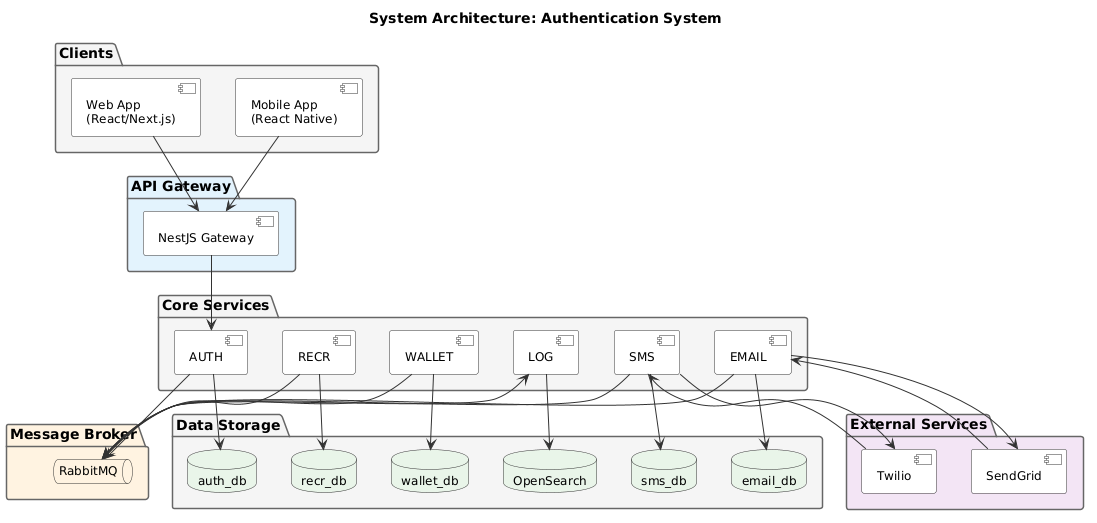
This is modules/dist/images/architecture/architecture-system.png from namnh240795/document, a PlantUML export, as it was before one commit.
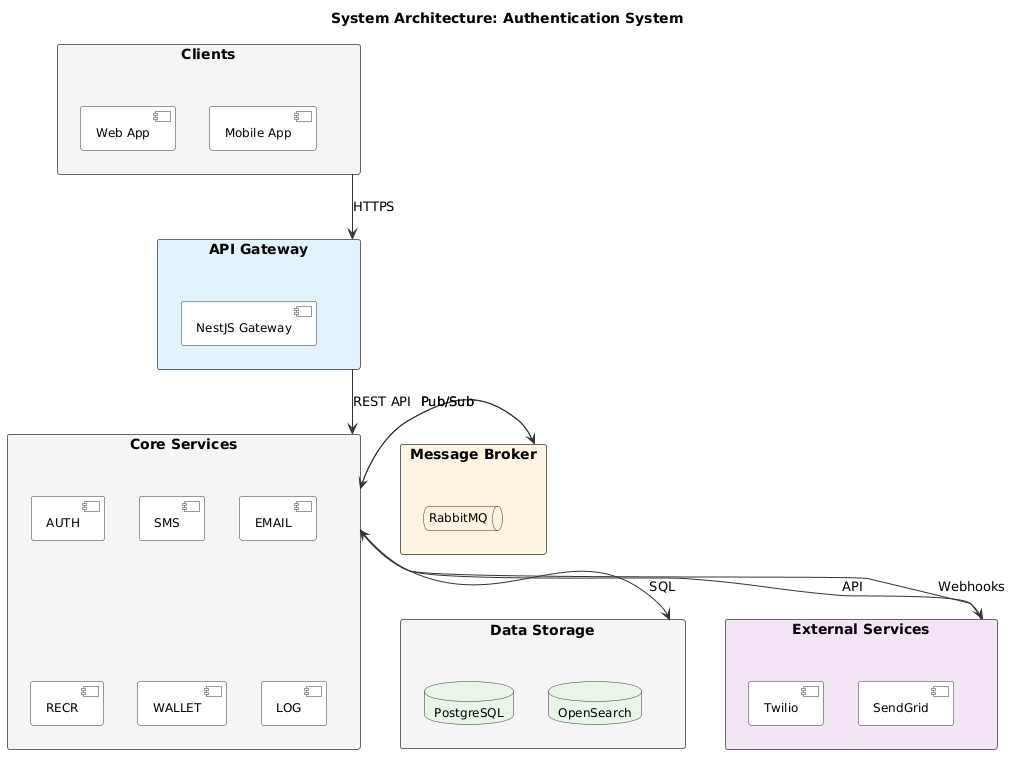
Later version of the same file.

What changed in the source:
```diff
@@ -1,4 +1,10 @@
 @startuml
+
+skinparam rectangle {
+  BackgroundColor #FFFFFF
+  BorderColor #666666
+  FontSize 14
+}
 
 skinparam component {
   BackgroundColor #FFFFFF
@@ -19,24 +25,18 @@
   FontSize 12
 }
 
-skinparam package {
-  BackgroundColor #FFFFFF
-  BorderColor #666666
-  FontSize 14
+title System Architecture: Authentication System
+
+rectangle "Clients" as clients #F5F5F5 {
+  component "Web App" as web
+  component "Mobile App" as mobile
 }
 
-title System Architecture: Authentication System
-
-package "Clients" #F5F5F5 {
-  component "Web App\n(React/Next.js)" as web
-  component "Mobile App\n(React Native)" as mobile
-}
-
-package "API Gateway" #E3F2FD {
+rectangle "API Gateway" as gw #E3F2FD {
   component "NestJS Gateway" as gateway
 }
 
-package "Core Services" #F5F5F5 {
+rectangle "Core Services" as services #F5F5F5 {
   component "AUTH" as auth
   component "SMS" as sms
   component "EMAIL" as email
@@ -45,48 +45,26 @@
   component "LOG" as log
 }
 
-package "Message Broker" #FFF3E0 {
+rectangle "Message Broker" as broker #FFF3E0 {
   queue "RabbitMQ" as mq
 }
 
-package "Data Storage" #F5F5F5 {
-  database "auth_db" as pgAuth
-  database "sms_db" as pgSms
-  database "email_db" as pgEmail
-  database "recr_db" as pgRecr
-  database "wallet_db" as pgWallet
+rectangle "Data Storage" as storage #F5F5F5 {
+  database "PostgreSQL" as pg
   database "OpenSearch" as os
 }
 
-package "External Services" #F3E5F5 {
+rectangle "External Services" as external #F3E5F5 {
   component "Twilio" as twilio
   component "SendGrid" as sendgrid
 }
 
-web --> gateway
-mobile --> gateway
-
-gateway --> auth
-
-auth --> pgAuth
-sms --> pgSms
-email --> pgEmail
-recr --> pgRecr
-wallet --> pgWallet
-log --> os
-
-auth --> mq
-sms --> mq
-email --> mq
-recr --> mq
-wallet --> mq
-
-mq --> log
-
-sms --> twilio
-twilio --> sms
-
-email --> sendgrid
-sendgrid --> email
+clients -down-> gw : HTTPS
+gw -down-> services : REST API
+services -down-> storage : SQL
+services -right-> broker : Pub/Sub
+broker -left-> services : Pub/Sub
+services -down-> external : API
+external -up-> services : Webhooks
 
 @enduml
```
